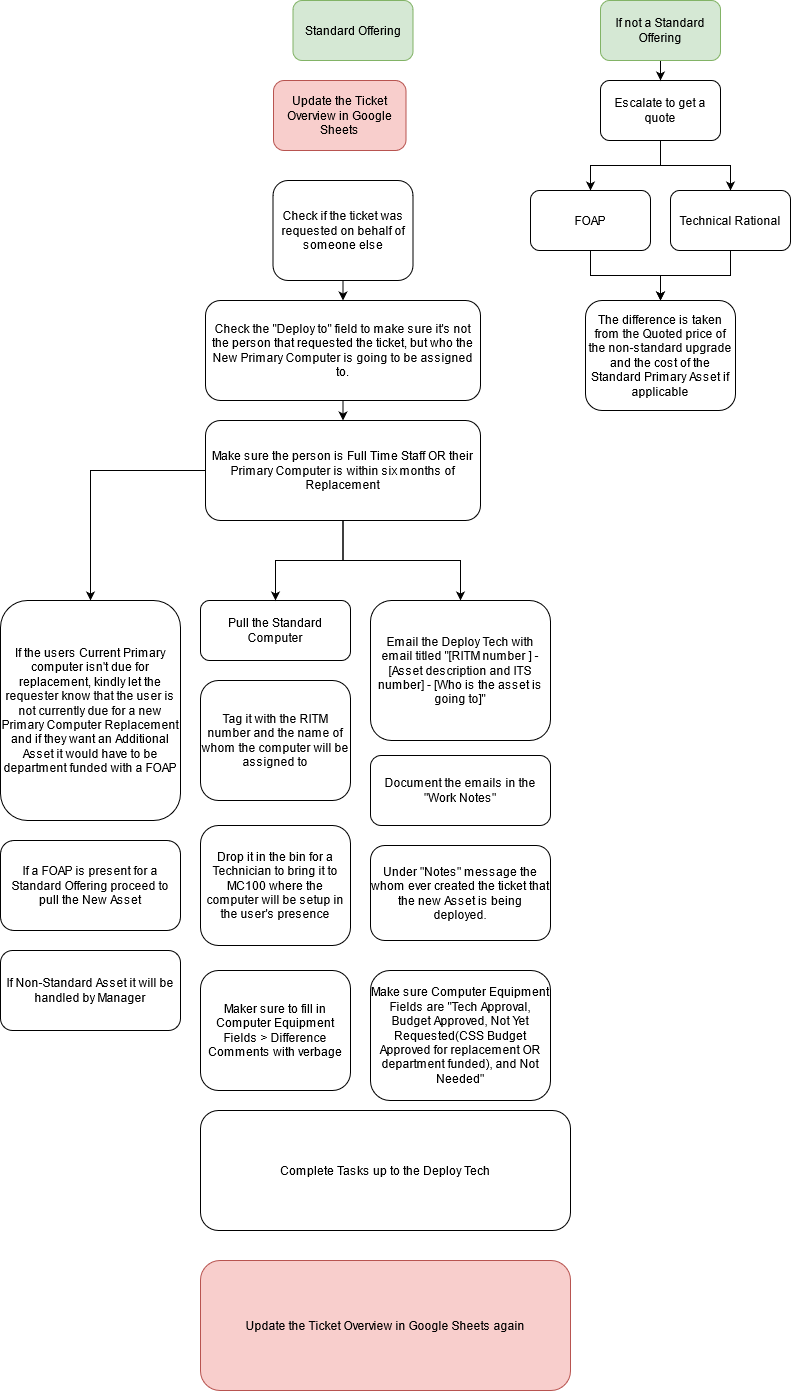
Earlier version of the draw.io export Untitled Diagram.drawio.png (KevinWongCS/USFUSF). Source tidied: cells renumbered, new cells last; positions are measured from the earlier drawing's top-left corner, leaving out a move shared by most shapes.
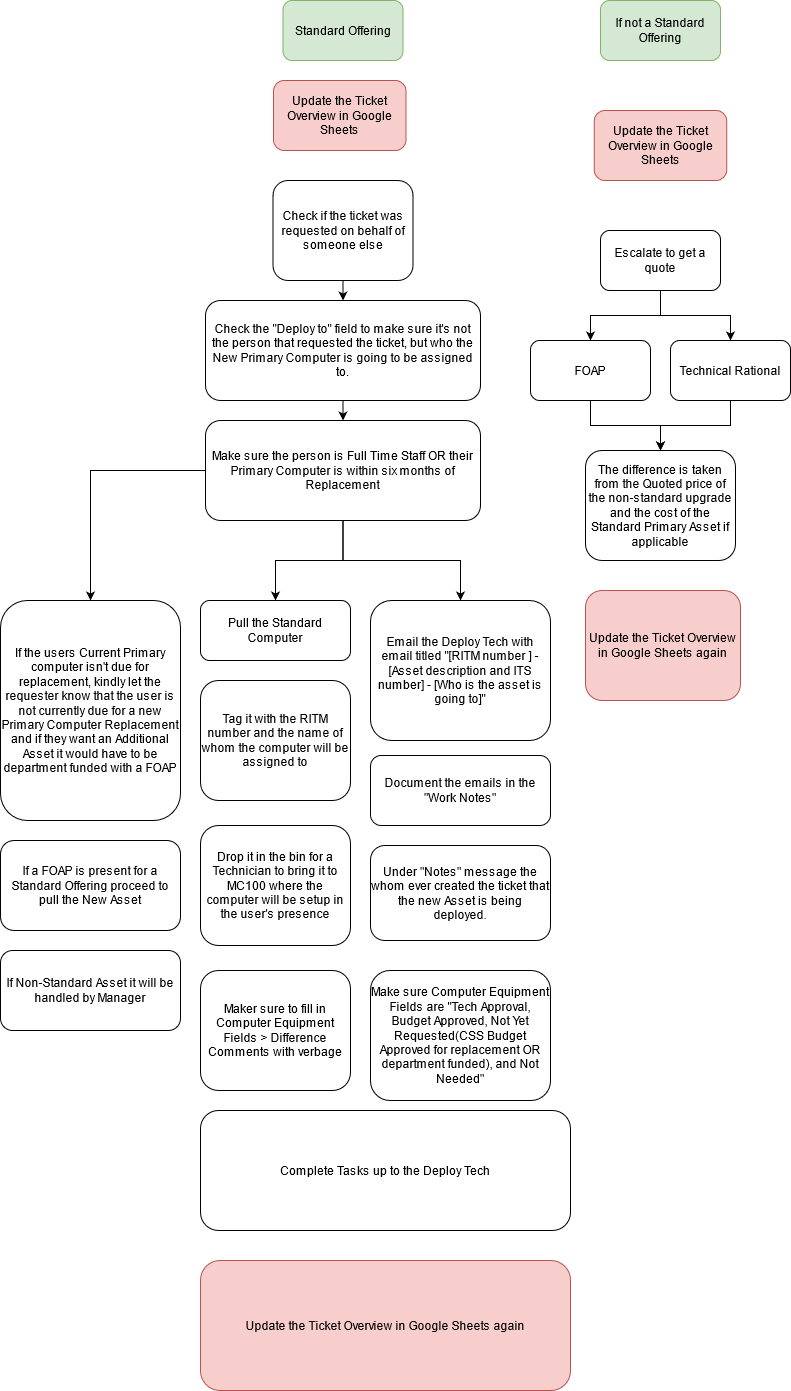
Above is the later version.

The edit, as a diff of the source:
```diff
@@ -3,7 +3,7 @@
     <mxCell id="0" />
     <mxCell id="1" parent="0" />
     <mxCell id="2" value="Standard Offering" style="rounded=1;whiteSpace=wrap;html=1;fillColor=#d5e8d4;strokeColor=#82b366;" parent="1" vertex="1">
-      <mxGeometry x="292.5" width="120" height="60" as="geometry" />
+      <mxGeometry x="282.5" width="120" height="60" as="geometry" />
     </mxCell>
     <mxCell id="3" style="edgeStyle=orthogonalEdgeStyle;rounded=0;jettySize=auto;html=1;exitX=0.5;exitY=1;exitDx=0;exitDy=0;entryX=0.5;entryY=0;entryDx=0;entryDy=0;" parent="1" edge="1" target="6">
       <mxGeometry relative="1" as="geometry">
@@ -59,26 +59,23 @@
       <mxGeometry relative="1" as="geometry" />
     </mxCell>
     <mxCell id="20" value="Escalate to get a quote" style="rounded=1;whiteSpace=wrap;html=1;" parent="1" vertex="1">
-      <mxGeometry x="600" y="80" width="120" height="60" as="geometry" />
+      <mxGeometry x="600" y="230" width="120" height="60" as="geometry" />
     </mxCell>
     <mxCell id="21" style="edgeStyle=orthogonalEdgeStyle;rounded=0;jettySize=auto;html=1;entryX=0.5;entryY=0;entryDx=0;entryDy=0;" parent="1" edge="1" source="22" target="25">
       <mxGeometry relative="1" as="geometry" />
     </mxCell>
     <mxCell id="22" value="FOAP" style="rounded=1;whiteSpace=wrap;html=1;" parent="1" vertex="1">
-      <mxGeometry x="530" y="190" width="120" height="60" as="geometry" />
+      <mxGeometry x="530" y="340" width="120" height="60" as="geometry" />
     </mxCell>
     <mxCell id="23" style="edgeStyle=orthogonalEdgeStyle;rounded=0;jettySize=auto;html=1;" parent="1" edge="1" source="24" target="25">
       <mxGeometry relative="1" as="geometry" />
     </mxCell>
     <mxCell id="24" value="Technical Rational" style="rounded=1;whiteSpace=wrap;html=1;" parent="1" vertex="1">
-      <mxGeometry x="670" y="190" width="120" height="60" as="geometry" />
+      <mxGeometry x="670" y="340" width="120" height="60" as="geometry" />
     </mxCell>
     <mxCell id="25" value="The difference is taken from the Quoted price of the non-standard upgrade and the cost of the Standard Primary Asset if applicable" style="rounded=1;whiteSpace=wrap;html=1;" parent="1" vertex="1">
-      <mxGeometry x="585" y="300" width="150" height="110" as="geometry" />
+      <mxGeometry x="585" y="450" width="150" height="110" as="geometry" />
     </mxCell>
-    <mxCell id="26" style="edgeStyle=orthogonalEdgeStyle;rounded=0;jettySize=auto;html=1;exitX=0.5;exitY=1;exitDx=0;exitDy=0;entryX=0.5;entryY=0;entryDx=0;entryDy=0;" parent="1" edge="1" source="27" target="20">
-      <mxGeometry relative="1" as="geometry" />
-    </mxCell>
     <mxCell id="27" value="If not a Standard Offering " style="rounded=1;whiteSpace=wrap;html=1;fillColor=#d5e8d4;strokeColor=#82b366;" parent="1" vertex="1">
       <mxGeometry x="600" width="120" height="60" as="geometry" />
     </mxCell>
@@ -103,5 +100,11 @@
     <mxCell id="34" value="Update the Ticket Overview in Google Sheets again" style="rounded=1;whiteSpace=wrap;html=1;fillColor=#f8cecc;strokeColor=#b85450;" parent="1" vertex="1">
       <mxGeometry x="200" y="1260" width="370" height="130" as="geometry" />
     </mxCell>
+    <mxCell id="35" value="Update the Ticket Overview in Google Sheets " style="rounded=1;whiteSpace=wrap;html=1;fillColor=#f8cecc;strokeColor=#b85450;" parent="1" vertex="1">
+      <mxGeometry x="593.8" y="110" width="132.5" height="70" as="geometry" />
+    </mxCell>
+    <mxCell id="36" value="Update the Ticket Overview in Google Sheets again" style="rounded=1;whiteSpace=wrap;html=1;fillColor=#f8cecc;strokeColor=#b85450;" parent="1" vertex="1">
+      <mxGeometry x="585" y="590" width="155" height="110" as="geometry" />
+    </mxCell>
   </root>
 </mxGraphModel>
```
